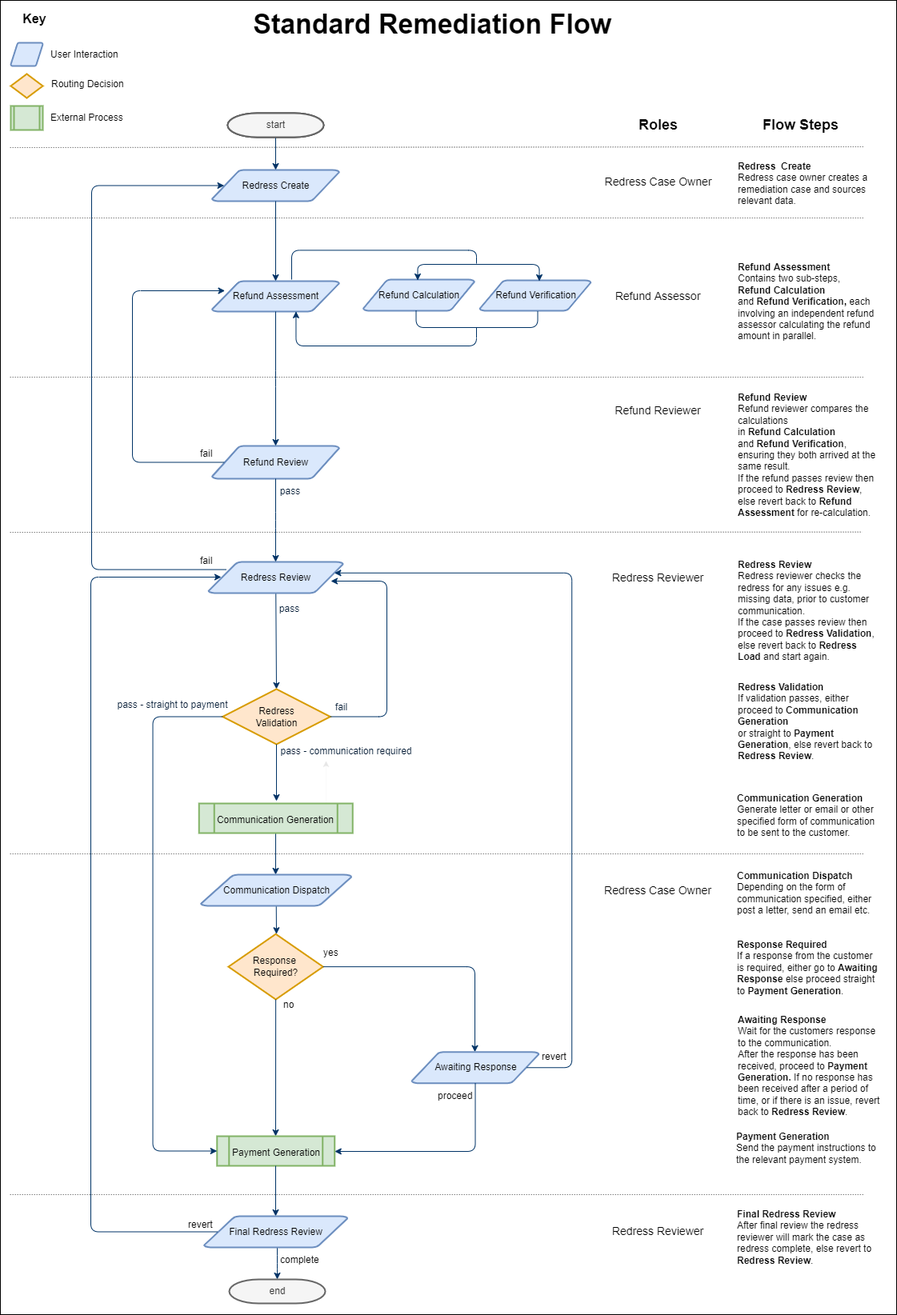
Before: readme-images/StandardRemediationFlow.png, a diagram exported from draw.io (grantcolley/headway). Source tidied: cells renumbered, new cells last; positions are measured from the earlier drawing's top-left corner, leaving out a move shared by most shapes.
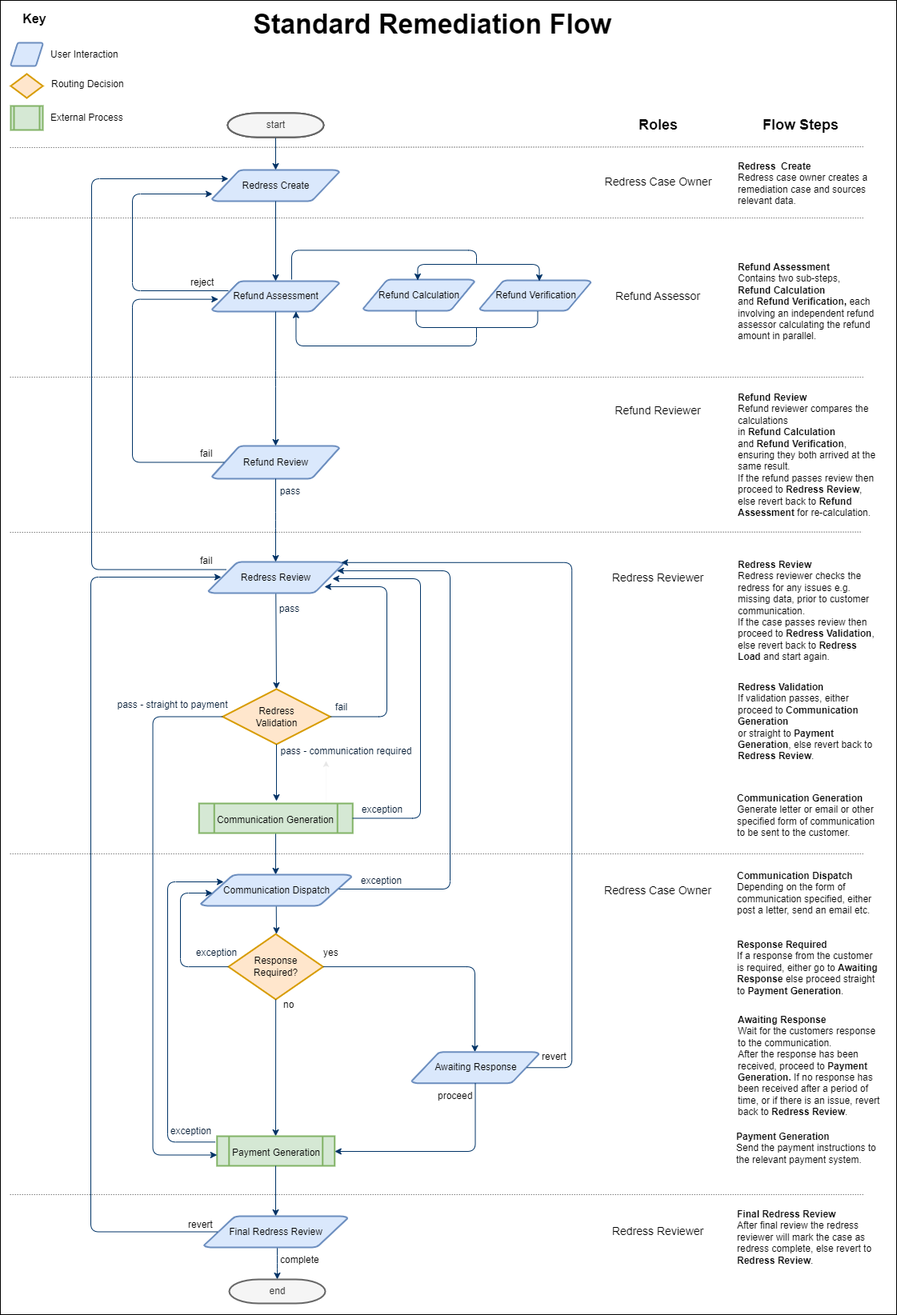
The same diagram one commit later.

The edit, as a diff of the source:
```diff
@@ -38,9 +38,8 @@
     <mxCell id="13" value="no" style="text;fontStyle=0;html=1;strokeColor=none;gradientColor=none;fillColor=none;strokeWidth=2;" parent="1" vertex="1">
       <mxGeometry x="352" y="1242.2" width="40" height="26" as="geometry" />
     </mxCell>
-    <mxCell id="14" style="edgeStyle=elbowEdgeStyle;elbow=horizontal;exitX=0.095;exitY=0.5;entryX=0.095;entryY=0.5;entryPerimeter=0;fontStyle=1;strokeColor=#003366;strokeWidth=1;html=1;entryDx=0;entryDy=0;exitDx=0;exitDy=0;exitPerimeter=0;" parent="1" edge="1" source="8">
+    <mxCell id="14" style="edgeStyle=elbowEdgeStyle;elbow=horizontal;exitX=0.095;exitY=0.5;entryX=0.049;entryY=0.596;entryPerimeter=0;fontStyle=1;strokeColor=#003366;strokeWidth=1;html=1;entryDx=0;entryDy=0;exitDx=0;exitDy=0;exitPerimeter=0;" parent="1" edge="1" source="8" target="5">
       <mxGeometry x="50" y="149" as="geometry">
-        <mxPoint x="280.6" y="363" as="targetPoint" />
         <Array as="points">
           <mxPoint x="165" y="562" />
           <mxPoint x="145" y="1112" />
@@ -121,8 +120,9 @@
     <mxCell id="21" value="pass" style="text;fontColor=#001933;fontStyle=0;html=1;strokeColor=none;gradientColor=none;fillColor=none;strokeWidth=2;align=center;" parent="1" vertex="1">
       <mxGeometry x="341" y="747" width="40" height="26" as="geometry" />
     </mxCell>
-    <mxCell id="22" style="edgeStyle=elbowEdgeStyle;elbow=horizontal;entryX=0.095;entryY=0.5;entryPerimeter=0;fontStyle=1;strokeColor=#003366;strokeWidth=1;html=1;entryDx=0;entryDy=0;exitX=0.133;exitY=0.246;exitDx=0;exitDy=0;exitPerimeter=0;" parent="1" edge="1" source="20" target="4">
+    <mxCell id="22" style="edgeStyle=elbowEdgeStyle;elbow=horizontal;fontStyle=1;strokeColor=#003366;strokeWidth=1;html=1;exitX=0.133;exitY=0.246;exitDx=0;exitDy=0;exitPerimeter=0;" parent="1" edge="1" source="20">
       <mxGeometry x="38.5" y="347" as="geometry">
+        <mxPoint x="285" y="223" as="targetPoint" />
         <Array as="points">
           <mxPoint x="114" y="791" />
           <mxPoint x="133.5" y="1310" />
@@ -159,7 +159,7 @@
     <mxCell id="28" value="Awaiting Response" style="shape=mxgraph.flowchart.data;strokeWidth=2;gradientDirection=north;fontStyle=0;html=1;fillColor=#dae8fc;strokeColor=#6c8ebf;" parent="1" vertex="1">
       <mxGeometry x="514" y="1314.8" width="159" height="39" as="geometry" />
     </mxCell>
-    <mxCell id="29" style="edgeStyle=elbowEdgeStyle;elbow=horizontal;exitX=0.905;exitY=0.5;exitPerimeter=0;entryX=0.934;entryY=0.354;fontStyle=1;strokeColor=#003366;strokeWidth=1;html=1;entryDx=0;entryDy=0;exitDx=0;exitDy=0;entryPerimeter=0;" parent="1" edge="1" source="28" target="20">
+    <mxCell id="29" style="edgeStyle=elbowEdgeStyle;elbow=horizontal;exitX=0.905;exitY=0.5;exitPerimeter=0;entryX=0.985;entryY=0.02;fontStyle=1;strokeColor=#003366;strokeWidth=1;html=1;entryDx=0;entryDy=0;exitDx=0;exitDy=0;entryPerimeter=0;" parent="1" edge="1" source="28" target="20">
       <mxGeometry x="429.2" y="975" as="geometry">
         <Array as="points">
           <mxPoint x="714.2" y="1278.2" />
@@ -199,7 +199,7 @@
     </mxCell>
     <mxCell id="37" style="edgeStyle=elbowEdgeStyle;elbow=horizontal;exitX=1;exitY=0.5;exitPerimeter=0;fontStyle=1;strokeColor=#003366;strokeWidth=1;html=1;exitDx=0;exitDy=0;" parent="1" edge="1" source="35">
       <mxGeometry x="188.2" y="624" as="geometry">
-        <mxPoint x="413" y="726" as="targetPoint" />
+        <mxPoint x="405" y="733" as="targetPoint" />
         <Array as="points">
           <mxPoint x="483" y="826" />
           <mxPoint x="474" y="729" />
@@ -313,12 +313,13 @@
     <mxCell id="66" value="&lt;b&gt;Redress Validation&lt;br&gt;&lt;/b&gt;If validation passes, either proceed to&lt;b&gt; Communication Generation&lt;/b&gt; &lt;br&gt;or straight to &lt;b&gt;Payment Generation&lt;/b&gt;, else revert back to &lt;b&gt;Redress Review&lt;/b&gt;." style="text;html=1;strokeColor=none;fillColor=none;align=left;verticalAlign=top;whiteSpace=wrap;rounded=0;" parent="1" vertex="1">
       <mxGeometry x="920" y="844.5" width="180" height="100" as="geometry" />
     </mxCell>
-    <mxCell id="67" style="edgeStyle=elbowEdgeStyle;elbow=horizontal;exitX=0;exitY=0.5;entryX=0;entryY=0.5;entryPerimeter=0;fontStyle=1;strokeColor=#003366;strokeWidth=1;html=1;entryDx=0;entryDy=0;exitDx=0;exitDy=0;endArrow=none;endFill=0;startArrow=classic;startFill=1;" parent="1" edge="1" source="42" target="35">
-      <mxGeometry x="45.7" y="1043" as="geometry">
+    <mxCell id="67" style="edgeStyle=elbowEdgeStyle;elbow=horizontal;exitX=0;exitY=0.5;fontStyle=1;strokeColor=#003366;strokeWidth=1;html=1;exitDx=0;exitDy=0;endArrow=none;endFill=0;startArrow=classic;startFill=1;entryX=0;entryY=0.5;entryDx=0;entryDy=0;entryPerimeter=0;" parent="1" edge="1" target="35">
+      <mxGeometry x="45.7" y="1048" as="geometry">
+        <mxPoint x="270.8" y="1443.5" as="sourcePoint" />
         <Array as="points">
-          <mxPoint x="190.5" y="1255" />
-          <mxPoint x="330.7" y="1346.2" />
-          <mxPoint x="140.7" y="2006" />
+          <mxPoint x="190.5" y="1260" />
+          <mxPoint x="330.7" y="1351.2" />
+          <mxPoint x="140.7" y="2011" />
         </Array>
       </mxGeometry>
     </mxCell>
@@ -395,5 +396,70 @@
     <mxCell id="89" value="complete" style="text;fontStyle=0;html=1;strokeColor=none;gradientColor=none;fillColor=none;strokeWidth=2;" parent="1" vertex="1">
       <mxGeometry x="348" y="1561.2" width="40" height="26" as="geometry" />
     </mxCell>
+    <mxCell id="90" style="edgeStyle=elbowEdgeStyle;elbow=horizontal;fontStyle=1;strokeColor=#003366;strokeWidth=1;html=1;" parent="1" edge="1">
+      <mxGeometry x="48.5" y="357" as="geometry">
+        <mxPoint x="285" y="363" as="sourcePoint" />
+        <mxPoint x="265" y="242" as="targetPoint" />
+        <Array as="points">
+          <mxPoint x="165" y="303" />
+          <mxPoint x="143.5" y="1320" />
+        </Array>
+      </mxGeometry>
+    </mxCell>
+    <mxCell id="91" value="reject" style="text;fontStyle=0;html=1;strokeColor=none;gradientColor=none;fillColor=none;strokeWidth=2;" parent="1" vertex="1">
+      <mxGeometry x="236" y="338.5" width="50" height="26" as="geometry" />
+    </mxCell>
+    <mxCell id="92" style="edgeStyle=elbowEdgeStyle;elbow=horizontal;exitX=1;exitY=0.5;fontStyle=1;strokeColor=#003366;strokeWidth=1;html=1;exitDx=0;exitDy=0;" parent="1" edge="1" source="41">
+      <mxGeometry x="198.2" y="634" as="geometry">
+        <mxPoint x="415" y="723" as="targetPoint" />
+        <Array as="points">
+          <mxPoint x="525" y="883" />
+          <mxPoint x="484" y="739" />
+          <mxPoint x="483.2" y="937.2" />
+          <mxPoint x="293.2" y="1597" />
+        </Array>
+      </mxGeometry>
+    </mxCell>
+    <mxCell id="93" value="exception" style="text;fontColor=#001933;fontStyle=0;html=1;strokeColor=none;gradientColor=none;fillColor=none;strokeWidth=2;align=center;" parent="1" vertex="1">
+      <mxGeometry x="448" y="998" width="57" height="26" as="geometry" />
+    </mxCell>
+    <mxCell id="94" style="edgeStyle=elbowEdgeStyle;elbow=horizontal;fontStyle=1;strokeColor=#003366;strokeWidth=1;html=1;entryX=0.966;entryY=0.336;entryDx=0;entryDy=0;entryPerimeter=0;" parent="1" edge="1">
+      <mxGeometry x="219.2" y="722" as="geometry">
+        <mxPoint x="423" y="1111" as="sourcePoint" />
+        <mxPoint x="420.8" y="713.1" as="targetPoint" />
+        <Array as="points">
+          <mxPoint x="562" y="911" />
+          <mxPoint x="505" y="827" />
+          <mxPoint x="504.2" y="1025.2" />
+          <mxPoint x="314.2" y="1685" />
+        </Array>
+      </mxGeometry>
+    </mxCell>
+    <mxCell id="95" value="exception" style="text;fontColor=#001933;fontStyle=0;html=1;strokeColor=none;gradientColor=none;fillColor=none;strokeWidth=2;align=center;" parent="1" vertex="1">
+      <mxGeometry x="447" y="1087" width="57" height="26" as="geometry" />
+    </mxCell>
+    <mxCell id="96" style="edgeStyle=elbowEdgeStyle;elbow=horizontal;fontStyle=1;strokeColor=#003366;strokeWidth=1;html=1;exitX=0;exitY=0.5;exitDx=0;exitDy=0;exitPerimeter=0;" parent="1" edge="1" source="11">
+      <mxGeometry x="41.4" y="785.8" as="geometry">
+        <mxPoint x="265" y="1116" as="targetPoint" />
+        <Array as="points">
+          <mxPoint x="225" y="1163" />
+        </Array>
+      </mxGeometry>
+    </mxCell>
+    <mxCell id="97" value="exception" style="text;fontColor=#001933;fontStyle=0;html=1;strokeColor=none;gradientColor=none;fillColor=none;strokeWidth=2;align=center;" parent="1" vertex="1">
+      <mxGeometry x="241" y="1177" width="57" height="26" as="geometry" />
+    </mxCell>
+    <mxCell id="98" style="edgeStyle=elbowEdgeStyle;elbow=horizontal;fontStyle=1;strokeColor=#003366;strokeWidth=1;html=1;exitX=-0.042;exitY=0.251;exitDx=0;exitDy=0;exitPerimeter=0;" parent="1" edge="1">
+      <mxGeometry x="55.4" y="771.8" as="geometry">
+        <mxPoint x="268.6" y="1427.3" as="sourcePoint" />
+        <mxPoint x="279" y="1102" as="targetPoint" />
+        <Array as="points">
+          <mxPoint x="209" y="1161" />
+        </Array>
+      </mxGeometry>
+    </mxCell>
+    <mxCell id="99" value="exception" style="text;fontColor=#001933;fontStyle=0;html=1;strokeColor=none;gradientColor=none;fillColor=none;strokeWidth=2;align=center;" parent="1" vertex="1">
+      <mxGeometry x="209" y="1400" width="57" height="26" as="geometry" />
+    </mxCell>
   </root>
 </mxGraphModel>
```
